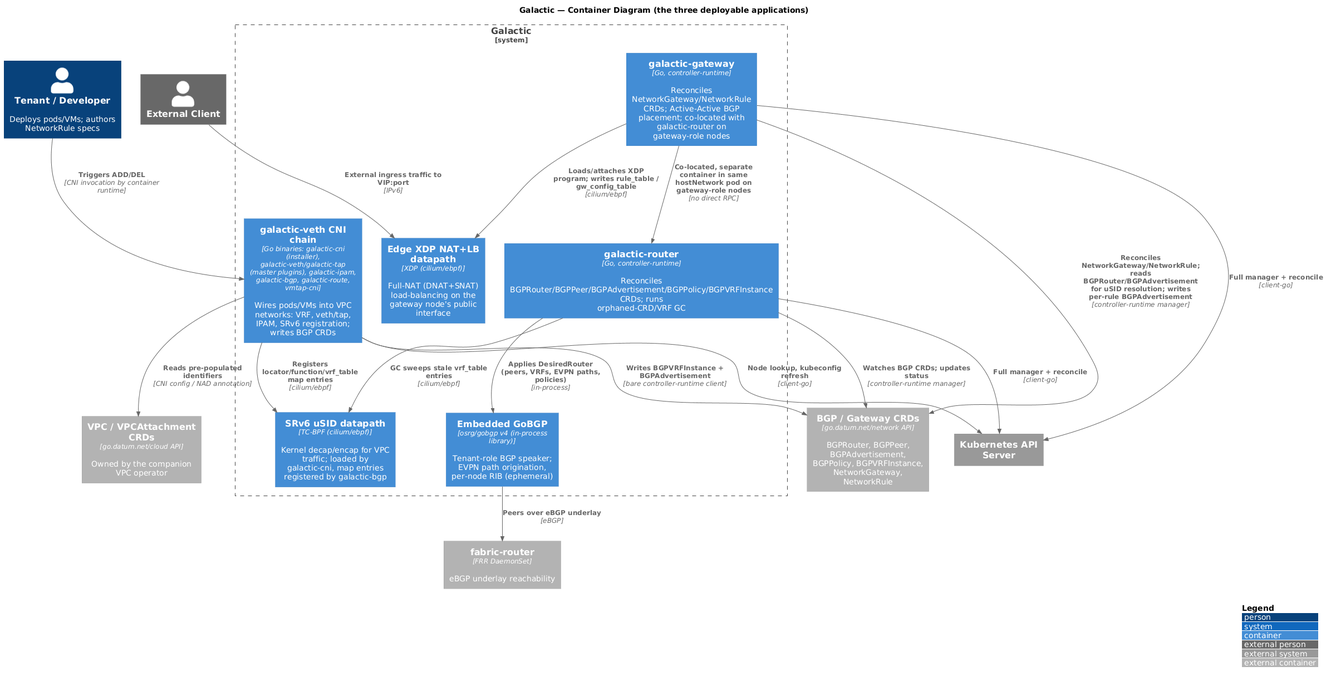
Before: docs/architecture/containers.png, a diagram exported from PlantUML (datum-cloud/galactic). Its diagram source:
```plantuml
@startuml containers
!include https://raw.githubusercontent.com/plantuml-stdlib/C4-PlantUML/master/C4_Container.puml

LAYOUT_WITH_LEGEND()

title Galactic — Container Diagram (the three deployable applications)

Person(tenant, "Tenant / Developer", "Deploys pods/VMs; authors NetworkRule specs")
Person_Ext(client, "External Client")

System_Boundary(galactic, "Galactic") {
    Container(cnichain, "galactic-veth CNI chain", "Go binaries: galactic-cni (installer), galactic-veth/galactic-tap (master plugins), galactic-ipam, galactic-bgp, galactic-route, vmtap-cni", "Wires pods/VMs into VPC networks: VRF, veth/tap, IPAM, SRv6 registration; writes BGP CRDs")
    Container(usidbpf, "SRv6 uSID datapath", "TC-BPF (cilium/ebpf)", "Kernel decap/encap for VPC traffic; loaded by galactic-cni, map entries registered by galactic-bgp")

    Container(router, "galactic-router", "Go, controller-runtime", "Reconciles BGPRouter/BGPPeer/BGPAdvertisement/BGPPolicy/BGPVRFInstance CRDs; runs orphaned-CRD/VRF GC")
    Container(gobgp, "Embedded GoBGP", "osrg/gobgp v4 (in-process library)", "Tenant-role BGP speaker; EVPN path origination, per-node RIB (ephemeral)")

    Container(gateway, "galactic-gateway", "Go, controller-runtime", "Reconciles NetworkGateway/NetworkRule CRDs; Active-Active BGP placement; co-located with galactic-router on gateway-role nodes")
    Container(edgebpf, "Edge XDP NAT+LB datapath", "XDP (cilium/ebpf)", "Full-NAT (DNAT+SNAT) load-balancing on the gateway node's public interface")
}

Container_Ext(crds, "BGP / Gateway CRDs", "go.datum.net/network API", "BGPRouter, BGPPeer, BGPAdvertisement, BGPPolicy, BGPVRFInstance, NetworkGateway, NetworkRule")
Container_Ext(vpccrds, "VPC / VPCAttachment CRDs", "go.datum.net/cloud API", "Owned by the companion VPC operator")
Container_Ext(fabric, "fabric-router", "FRR DaemonSet", "eBGP underlay reachability")
System_Ext(k8sapi, "Kubernetes API Server")

Rel(tenant, cnichain, "Triggers ADD/DEL", "CNI invocation by container runtime")
Rel(cnichain, vpccrds, "Reads pre-populated identifiers", "CNI config / NAD annotation")
Rel(cnichain, crds, "Writes BGPVRFInstance + BGPAdvertisement", "bare controller-runtime client")
Rel(cnichain, usidbpf, "Registers locator/function/vrf_table map entries", "cilium/ebpf")

Rel(router, crds, "Watches BGP CRDs; updates status", "controller-runtime manager")
Rel(router, gobgp, "Applies DesiredRouter (peers, VRFs, EVPN paths, policies)", "in-process")
Rel(router, usidbpf, "GC sweeps stale vrf_table entries", "cilium/ebpf")
Rel(gobgp, fabric, "Peers over eBGP underlay", "eBGP")

Rel(gateway, crds, "Reconciles NetworkGateway/NetworkRule; reads BGPRouter/BGPAdvertisement for uSID resolution; writes per-rule BGPAdvertisement", "controller-runtime manager")
Rel(gateway, edgebpf, "Loads/attaches XDP program; writes rule_table / gw_config_table", "cilium/ebpf")
Rel(client, edgebpf, "External ingress traffic to VIP:port", "IPv6")
Rel(gateway, router, "Co-located, separate container in same hostNetwork pod on gateway-role nodes", "no direct RPC")

Rel(cnichain, k8sapi, "Node lookup, kubeconfig refresh", "client-go")
Rel(router, k8sapi, "Full manager + reconcile", "client-go")
Rel(gateway, k8sapi, "Full manager + reconcile", "client-go")

@enduml
```
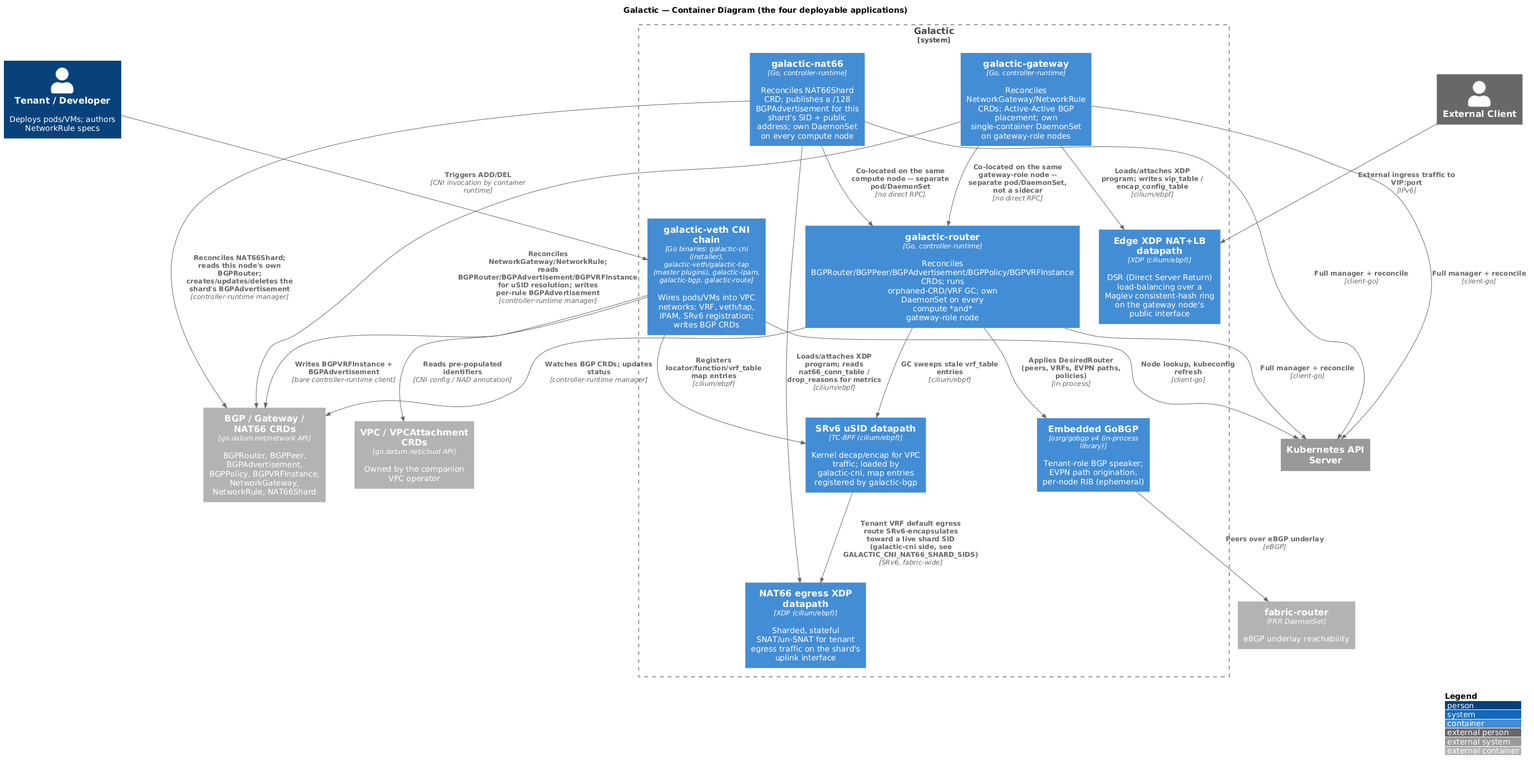
Later version of the same file.

Diff of the diagram source:
```diff
@@ -3,23 +3,26 @@
 
 LAYOUT_WITH_LEGEND()
 
-title Galactic — Container Diagram (the three deployable applications)
+title Galactic — Container Diagram (the four deployable applications)
 
 Person(tenant, "Tenant / Developer", "Deploys pods/VMs; authors NetworkRule specs")
 Person_Ext(client, "External Client")
 
 System_Boundary(galactic, "Galactic") {
-    Container(cnichain, "galactic-veth CNI chain", "Go binaries: galactic-cni (installer), galactic-veth/galactic-tap (master plugins), galactic-ipam, galactic-bgp, galactic-route, vmtap-cni", "Wires pods/VMs into VPC networks: VRF, veth/tap, IPAM, SRv6 registration; writes BGP CRDs")
+    Container(cnichain, "galactic-veth CNI chain", "Go binaries: galactic-cni (installer), galactic-veth/galactic-tap (master plugins), galactic-ipam, galactic-bgp, galactic-route", "Wires pods/VMs into VPC networks: VRF, veth/tap, IPAM, SRv6 registration; writes BGP CRDs")
     Container(usidbpf, "SRv6 uSID datapath", "TC-BPF (cilium/ebpf)", "Kernel decap/encap for VPC traffic; loaded by galactic-cni, map entries registered by galactic-bgp")
 
-    Container(router, "galactic-router", "Go, controller-runtime", "Reconciles BGPRouter/BGPPeer/BGPAdvertisement/BGPPolicy/BGPVRFInstance CRDs; runs orphaned-CRD/VRF GC")
+    Container(router, "galactic-router", "Go, controller-runtime", "Reconciles BGPRouter/BGPPeer/BGPAdvertisement/BGPPolicy/BGPVRFInstance CRDs; runs orphaned-CRD/VRF GC; own DaemonSet on every compute *and* gateway-role node")
     Container(gobgp, "Embedded GoBGP", "osrg/gobgp v4 (in-process library)", "Tenant-role BGP speaker; EVPN path origination, per-node RIB (ephemeral)")
 
-    Container(gateway, "galactic-gateway", "Go, controller-runtime", "Reconciles NetworkGateway/NetworkRule CRDs; Active-Active BGP placement; co-located with galactic-router on gateway-role nodes")
-    Container(edgebpf, "Edge XDP NAT+LB datapath", "XDP (cilium/ebpf)", "Full-NAT (DNAT+SNAT) load-balancing on the gateway node's public interface")
+    Container(gateway, "galactic-gateway", "Go, controller-runtime", "Reconciles NetworkGateway/NetworkRule CRDs; Active-Active BGP placement; own single-container DaemonSet on gateway-role nodes")
+    Container(edgebpf, "Edge XDP NAT+LB datapath", "XDP (cilium/ebpf)", "DSR (Direct Server Return) load-balancing over a Maglev consistent-hash ring on the gateway node's public interface")
+
+    Container(nat66, "galactic-nat66", "Go, controller-runtime", "Reconciles NAT66Shard CRD; publishes a /128 BGPAdvertisement for this shard's SID + public address; own DaemonSet on every compute node")
+    Container(nat66bpf, "NAT66 egress XDP datapath", "XDP (cilium/ebpf)", "Sharded, stateful SNAT/un-SNAT for tenant egress traffic on the shard's uplink interface")
 }
 
-Container_Ext(crds, "BGP / Gateway CRDs", "go.datum.net/network API", "BGPRouter, BGPPeer, BGPAdvertisement, BGPPolicy, BGPVRFInstance, NetworkGateway, NetworkRule")
+Container_Ext(crds, "BGP / Gateway / NAT66 CRDs", "go.datum.net/network API", "BGPRouter, BGPPeer, BGPAdvertisement, BGPPolicy, BGPVRFInstance, NetworkGateway, NetworkRule, NAT66Shard")
 Container_Ext(vpccrds, "VPC / VPCAttachment CRDs", "go.datum.net/cloud API", "Owned by the companion VPC operator")
 Container_Ext(fabric, "fabric-router", "FRR DaemonSet", "eBGP underlay reachability")
 System_Ext(k8sapi, "Kubernetes API Server")
@@ -34,13 +37,19 @@
 Rel(router, usidbpf, "GC sweeps stale vrf_table entries", "cilium/ebpf")
 Rel(gobgp, fabric, "Peers over eBGP underlay", "eBGP")
 
-Rel(gateway, crds, "Reconciles NetworkGateway/NetworkRule; reads BGPRouter/BGPAdvertisement for uSID resolution; writes per-rule BGPAdvertisement", "controller-runtime manager")
-Rel(gateway, edgebpf, "Loads/attaches XDP program; writes rule_table / gw_config_table", "cilium/ebpf")
+Rel(gateway, crds, "Reconciles NetworkGateway/NetworkRule; reads BGPRouter/BGPAdvertisement/BGPVRFInstance for uSID resolution; writes per-rule BGPAdvertisement", "controller-runtime manager")
+Rel(gateway, edgebpf, "Loads/attaches XDP program; writes vip_table / encap_config_table", "cilium/ebpf")
 Rel(client, edgebpf, "External ingress traffic to VIP:port", "IPv6")
-Rel(gateway, router, "Co-located, separate container in same hostNetwork pod on gateway-role nodes", "no direct RPC")
+Rel(gateway, router, "Co-located on the same gateway-role node -- separate pod/DaemonSet, not a sidecar", "no direct RPC")
+
+Rel(nat66, crds, "Reconciles NAT66Shard; reads this node's own BGPRouter; creates/updates/deletes the shard's BGPAdvertisement", "controller-runtime manager")
+Rel(nat66, nat66bpf, "Loads/attaches XDP program; reads nat66_conn_table / drop_reasons for metrics", "cilium/ebpf")
+Rel(usidbpf, nat66bpf, "Tenant VRF default egress route SRv6-encapsulates toward a live shard SID (galactic-cni side, see GALACTIC_CNI_NAT66_SHARD_SIDS)", "SRv6, fabric-wide")
+Rel(nat66, router, "Co-located on the same compute node -- separate pod/DaemonSet", "no direct RPC")
 
 Rel(cnichain, k8sapi, "Node lookup, kubeconfig refresh", "client-go")
 Rel(router, k8sapi, "Full manager + reconcile", "client-go")
 Rel(gateway, k8sapi, "Full manager + reconcile", "client-go")
+Rel(nat66, k8sapi, "Full manager + reconcile", "client-go")
 
 @enduml
```
